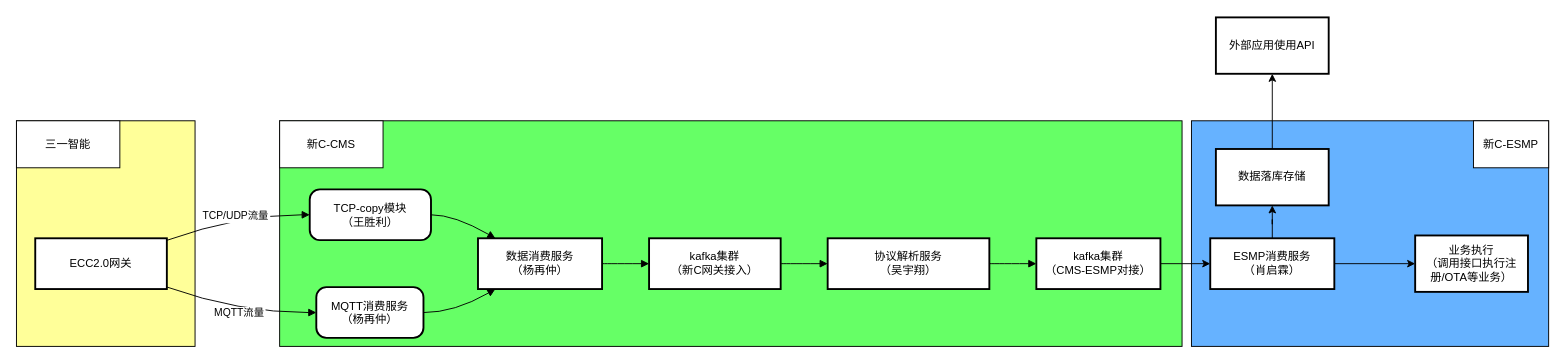
Earlier version of the draw.io diagram 未命名绘图.drawio (624704353/git_space). Source tidied: cells renumbered, new cells numbered last; positions are measured from the earlier drawing's top-left corner, leaving out a move shared by most shapes. Both pictures are drawn from the tidied source at 94%, with x=0, y=0 at pixel (16, 17).
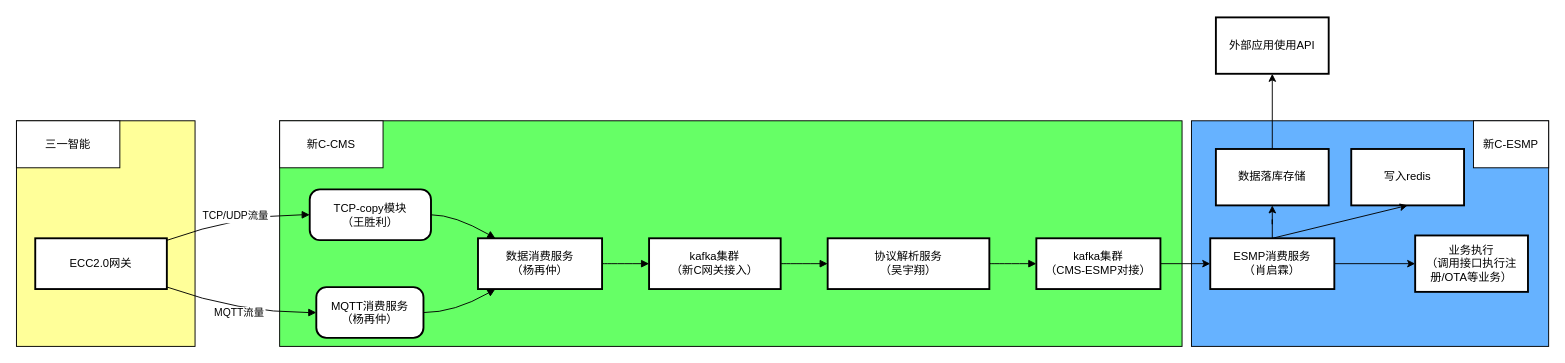
After the change.

Commit message:
新C预发网关数据流向图.drawio

The change refers to these unchanged cells:
```xml
<mxCell id="22" value="ESMP消费服务&#10;（肖启霖）" style="whiteSpace=wrap;strokeWidth=2;" parent="1" vertex="1">
  <mxGeometry x="1270" y="235" width="132" height="54" as="geometry" />
</mxCell>
```

Diff of the diagram source:
```diff
@@
+    <mxCell id="30" value="写入redis" style="whiteSpace=wrap;html=1;strokeWidth=2;" parent="1" vertex="1">
+      <mxGeometry x="1420" y="140" width="120" height="60" as="geometry" />
+    </mxCell>
+    <mxCell id="31" style="endArrow=classic;html=1;rounded=0;exitX=0.5;exitY=0;exitDx=0;exitDy=0;entryX=0.5;entryY=1;entryDx=0;entryDy=0;" parent="1" edge="1" source="22" target="30">
+      <mxGeometry relative="1" as="geometry" />
+    </mxCell>
```
